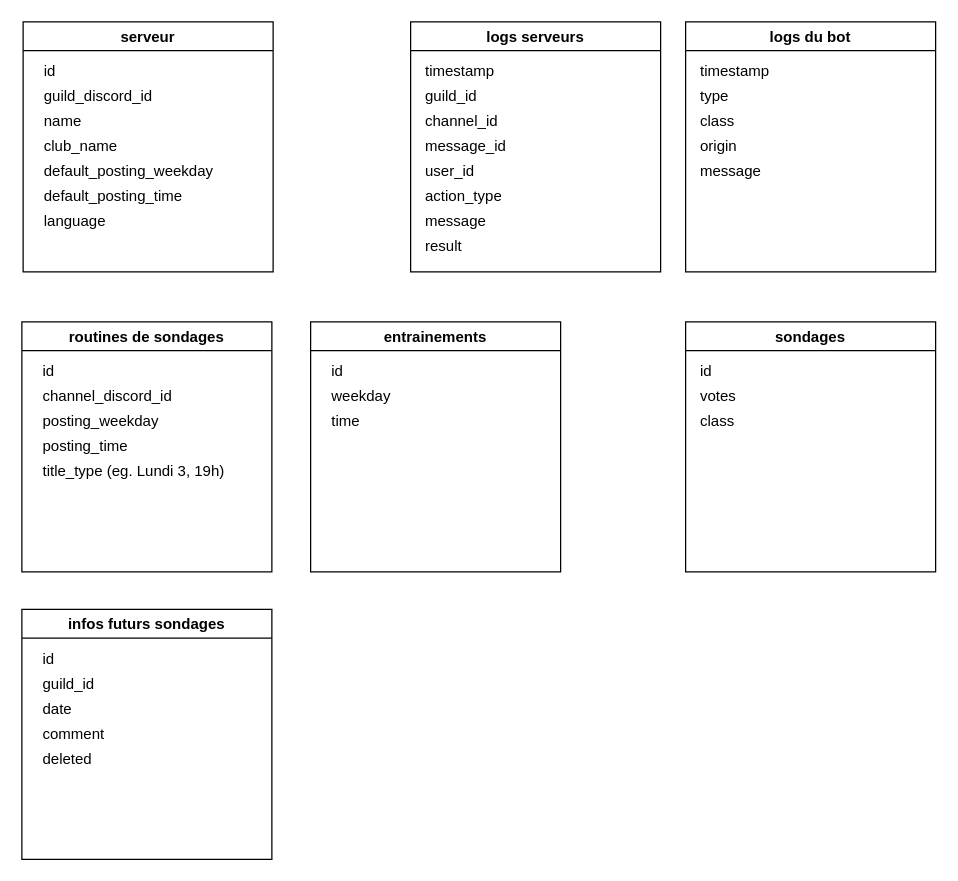
Before: Untitled Diagram.drawio in schermanu/UltiBot, a draw.io diagram. Source tidied: cells renumbered, new cells numbered last; positions are measured from the earlier drawing's top-left corner, leaving out a move shared by most shapes. Both pictures are drawn from the tidied source at 125%, with x=0, y=0 at pixel (21, 21).
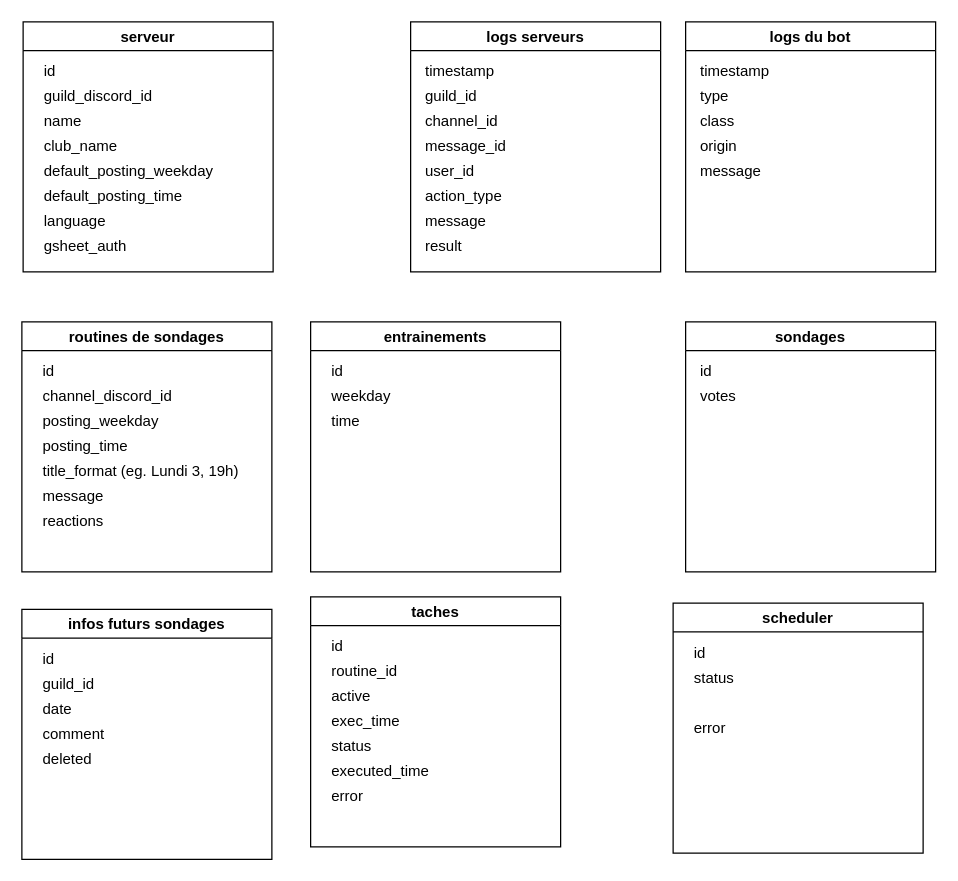
After the change.

The change refers to these unchanged cells:
```xml
<mxCell id="2" value="serveur" style="swimlane;" parent="1" vertex="1">
  <mxGeometry x="1" width="200" height="200" as="geometry" />
</mxCell>
<mxCell id="10" value="routines de sondages" style="swimlane;" parent="1" vertex="1">
  <mxGeometry y="240" width="200" height="200" as="geometry" />
</mxCell>
<mxCell id="16" value="sondages" style="swimlane;" parent="1" vertex="1">
  <mxGeometry x="531" y="240" width="200" height="200" as="geometry" />
</mxCell>
```

What changed in the source:
```diff
@@
+    <mxCell id="45" value="gsheet_auth" style="text;html=1;align=left;verticalAlign=middle;strokeColor=none;fillColor=none;" parent="2" vertex="1">
+      <mxGeometry x="15" y="170" width="80" height="20" as="geometry" />
+    </mxCell>
@@
-    <mxCell id="15" value="title_type (eg. Lundi 3, 19h)" style="text;html=1;align=left;verticalAlign=middle;strokeColor=none;fillColor=none;" parent="10" vertex="1">
-      <mxGeometry x="15" y="110" width="160" height="20" as="geometry" />
+    <mxCell id="15" value="title_format (eg. Lundi 3, 19h)" style="text;html=1;align=left;verticalAlign=middle;strokeColor=none;fillColor=none;" parent="10" vertex="1">
+      <mxGeometry x="15" y="110" width="180" height="20" as="geometry" />
     </mxCell>
+    <mxCell id="46" value="message" style="text;html=1;align=left;verticalAlign=middle;strokeColor=none;fillColor=none;" parent="10" vertex="1">
+      <mxGeometry x="15" y="130" width="70" height="20" as="geometry" />
+    </mxCell>
+    <mxCell id="47" value="reactions" style="text;html=1;align=left;verticalAlign=middle;strokeColor=none;fillColor=none;" parent="10" vertex="1">
+      <mxGeometry x="15" y="150" width="70" height="20" as="geometry" />
+    </mxCell>
@@
-    <mxCell id="19" value="class" style="text;html=1;align=left;verticalAlign=middle;strokeColor=none;fillColor=none;" parent="16" vertex="1">
-      <mxGeometry x="10" y="70" width="50" height="20" as="geometry" />
-    </mxCell>
@@
+    <mxCell id="48" value="taches" style="swimlane;" parent="1" vertex="1">
+      <mxGeometry x="231" y="460" width="200" height="200" as="geometry" />
+    </mxCell>
+    <mxCell id="49" value="routine_id" style="text;html=1;align=left;verticalAlign=middle;strokeColor=none;fillColor=none;" parent="48" vertex="1">
+      <mxGeometry x="15" y="50" width="70" height="20" as="geometry" />
+    </mxCell>
+    <mxCell id="50" value="exec_time" style="text;html=1;align=left;verticalAlign=middle;strokeColor=none;fillColor=none;" parent="48" vertex="1">
+      <mxGeometry x="15" y="90" width="70" height="20" as="geometry" />
+    </mxCell>
+    <mxCell id="51" value="&lt;div align=&quot;left&quot;&gt;id&lt;/div&gt;" style="text;html=1;align=left;verticalAlign=middle;strokeColor=none;fillColor=none;" parent="48" vertex="1">
+      <mxGeometry x="15" y="30" width="30" height="20" as="geometry" />
+    </mxCell>
+    <mxCell id="52" value="status" style="text;html=1;align=left;verticalAlign=middle;strokeColor=none;fillColor=none;" parent="48" vertex="1">
+      <mxGeometry x="15" y="110" width="50" height="20" as="geometry" />
+    </mxCell>
+    <mxCell id="53" value="error" style="text;html=1;align=left;verticalAlign=middle;strokeColor=none;fillColor=none;" parent="48" vertex="1">
+      <mxGeometry x="15" y="150" width="40" height="20" as="geometry" />
+    </mxCell>
+    <mxCell id="54" value="active" style="text;html=1;align=left;verticalAlign=middle;strokeColor=none;fillColor=none;" parent="48" vertex="1">
+      <mxGeometry x="15" y="70" width="50" height="20" as="geometry" />
+    </mxCell>
+    <mxCell id="55" value="executed_time" style="text;html=1;align=left;verticalAlign=middle;strokeColor=none;fillColor=none;" parent="48" vertex="1">
+      <mxGeometry x="15" y="130" width="100" height="20" as="geometry" />
+    </mxCell>
+    <mxCell id="56" value="scheduler" style="swimlane;" parent="1" vertex="1">
+      <mxGeometry x="521" y="465" width="200" height="200" as="geometry" />
+    </mxCell>
+    <mxCell id="57" value="&lt;div align=&quot;left&quot;&gt;id&lt;/div&gt;" style="text;html=1;align=left;verticalAlign=middle;strokeColor=none;fillColor=none;" parent="56" vertex="1">
+      <mxGeometry x="15" y="30" width="30" height="20" as="geometry" />
+    </mxCell>
+    <mxCell id="58" value="status" style="text;html=1;align=left;verticalAlign=middle;strokeColor=none;fillColor=none;" parent="56" vertex="1">
+      <mxGeometry x="15" y="50" width="50" height="20" as="geometry" />
+    </mxCell>
+    <mxCell id="59" value="error" style="text;html=1;align=left;verticalAlign=middle;strokeColor=none;fillColor=none;" parent="56" vertex="1">
+      <mxGeometry x="15" y="90" width="40" height="20" as="geometry" />
+    </mxCell>
```
